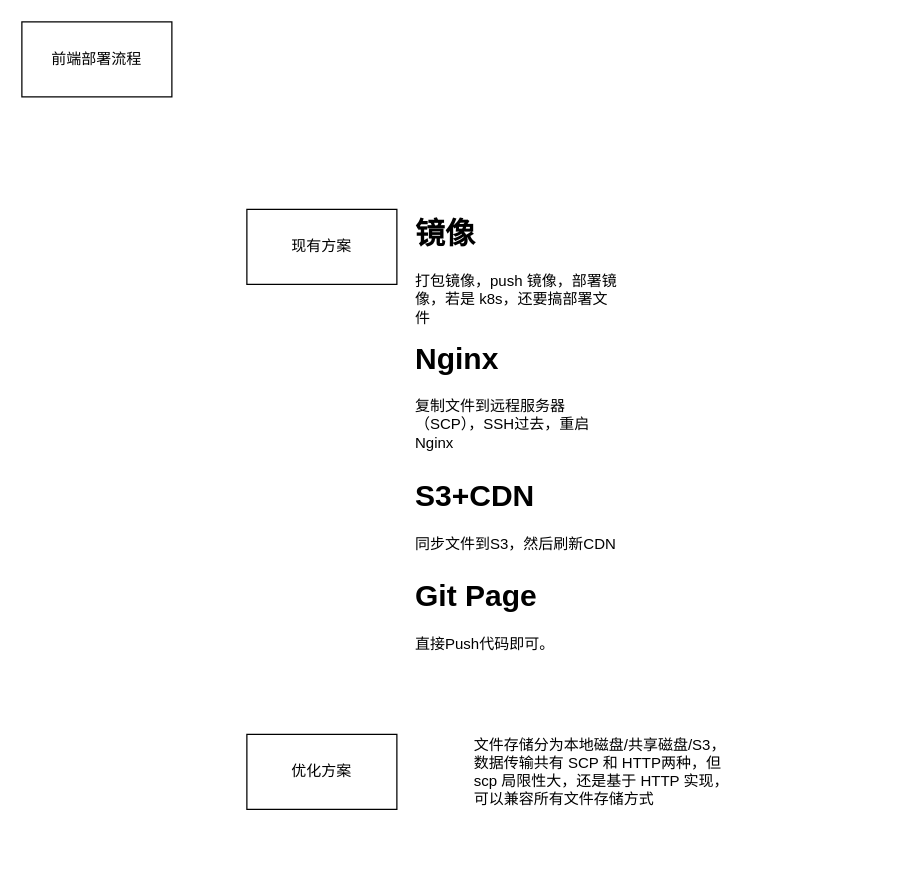
Earlier version of the draw.io diagram spa-server.drawio (timzaak/blog). Source tidied: cells renumbered, new cells numbered last; positions are measured from the earlier drawing's top-left corner, leaving out a move shared by most shapes. Both pictures are drawn from the tidied source at 125%, with x=0, y=0 at pixel (21, 21).
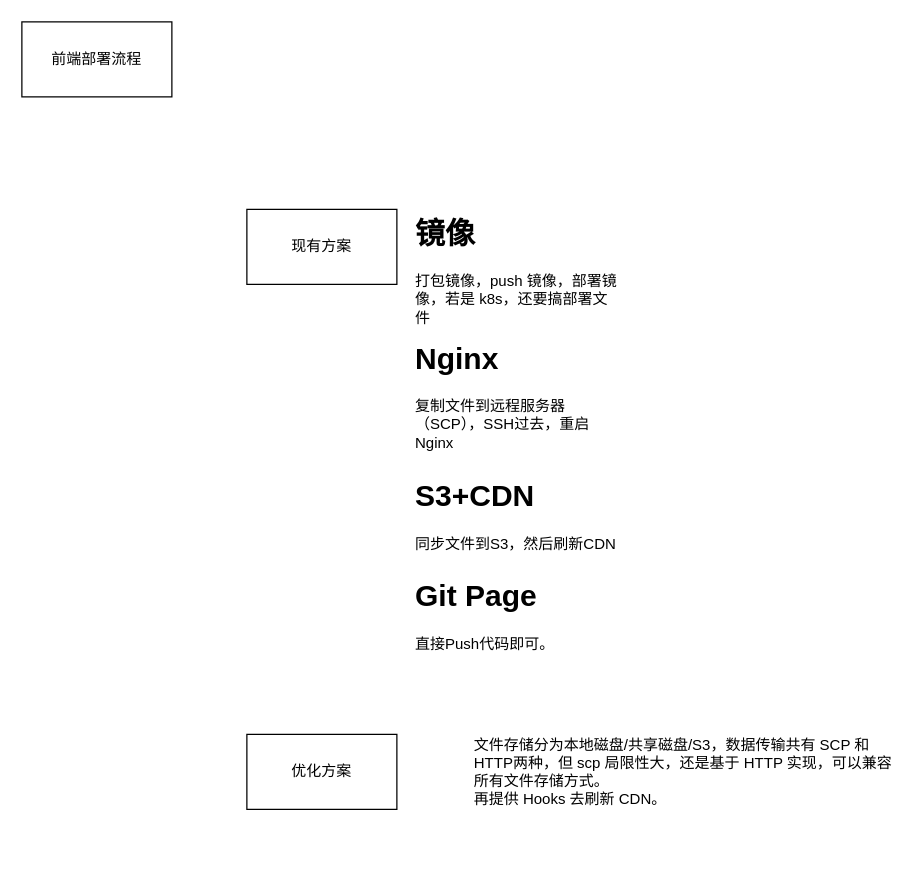
The same diagram, later.

Diff of the diagram source:
```diff
@@
 <mxGraphModel>
   <root>
     <mxCell id="0" />
     <mxCell id="1" parent="0" />
     <mxCell id="2" value="前端部署流程" style="rounded=0;whiteSpace=wrap;html=1;" parent="1" vertex="1">
       <mxGeometry width="120" height="60" as="geometry" />
     </mxCell>
     <mxCell id="3" value="现有方案" style="rounded=0;whiteSpace=wrap;html=1;" parent="1" vertex="1">
       <mxGeometry x="180" y="150" width="120" height="60" as="geometry" />
     </mxCell>
     <mxCell id="4" value="&lt;h1&gt;镜像&lt;br&gt;&lt;/h1&gt;&lt;p&gt;打包镜像，push 镜像，部署镜像，若是 k8s，还要搞部署文件&lt;br&gt;&lt;/p&gt;" style="text;html=1;strokeColor=none;fillColor=none;spacing=5;spacingTop=-20;whiteSpace=wrap;overflow=hidden;rounded=0;" parent="1" vertex="1">
       <mxGeometry x="310" y="150" width="170" height="100" as="geometry" />
     </mxCell>
     <mxCell id="5" value="&lt;h1&gt;Nginx&lt;/h1&gt;&lt;p&gt;复制文件到远程服务器（SCP），SSH过去，重启Nginx&lt;br&gt;&lt;/p&gt;" style="text;html=1;strokeColor=none;fillColor=none;spacing=5;spacingTop=-20;whiteSpace=wrap;overflow=hidden;rounded=0;" parent="1" vertex="1">
       <mxGeometry x="310" y="250" width="170" height="100" as="geometry" />
     </mxCell>
     <mxCell id="6" value="&lt;h1&gt;S3+CDN&lt;/h1&gt;&lt;p&gt;同步文件到S3，然后刷新CDN&lt;br&gt;&lt;/p&gt;" style="text;html=1;strokeColor=none;fillColor=none;spacing=5;spacingTop=-20;whiteSpace=wrap;overflow=hidden;rounded=0;" parent="1" vertex="1">
       <mxGeometry x="310" y="360" width="170" height="80" as="geometry" />
     </mxCell>
     <mxCell id="7" value="&lt;h1&gt;Git Page&lt;br&gt;&lt;/h1&gt;&lt;p&gt;直接Push代码即可。&lt;br&gt;&lt;/p&gt;" style="text;html=1;strokeColor=none;fillColor=none;spacing=5;spacingTop=-20;whiteSpace=wrap;overflow=hidden;rounded=0;" parent="1" vertex="1">
       <mxGeometry x="310" y="440" width="170" height="80" as="geometry" />
     </mxCell>
     <mxCell id="8" value="优化方案" style="rounded=0;whiteSpace=wrap;html=1;" parent="1" vertex="1">
       <mxGeometry x="180" y="570" width="120" height="60" as="geometry" />
     </mxCell>
-    <mxCell id="9" value="文件存储分为本地磁盘/共享磁盘/S3，数据传输共有 SCP 和 HTTP两种，但 scp 局限性大，还是基于 HTTP 实现，可以兼容所有文件存储方式" style="text;html=1;strokeColor=none;fillColor=none;align=left;verticalAlign=middle;whiteSpace=wrap;rounded=0;glass=0;" parent="1" vertex="1">
-      <mxGeometry x="360" y="555" width="210" height="90" as="geometry" />
+    <mxCell id="9" value="文件存储分为本地磁盘/共享磁盘/S3，数据传输共有 SCP 和 HTTP两种，但 scp 局限性大，还是基于 HTTP 实现，可以兼容所有文件存储方式。&lt;br&gt;再提供 Hooks 去刷新 CDN。" style="text;html=1;strokeColor=none;fillColor=none;align=left;verticalAlign=middle;whiteSpace=wrap;rounded=0;glass=0;" parent="1" vertex="1">
+      <mxGeometry x="360" y="537.5" width="340" height="125" as="geometry" />
     </mxCell>
   </root>
 </mxGraphModel>
```
